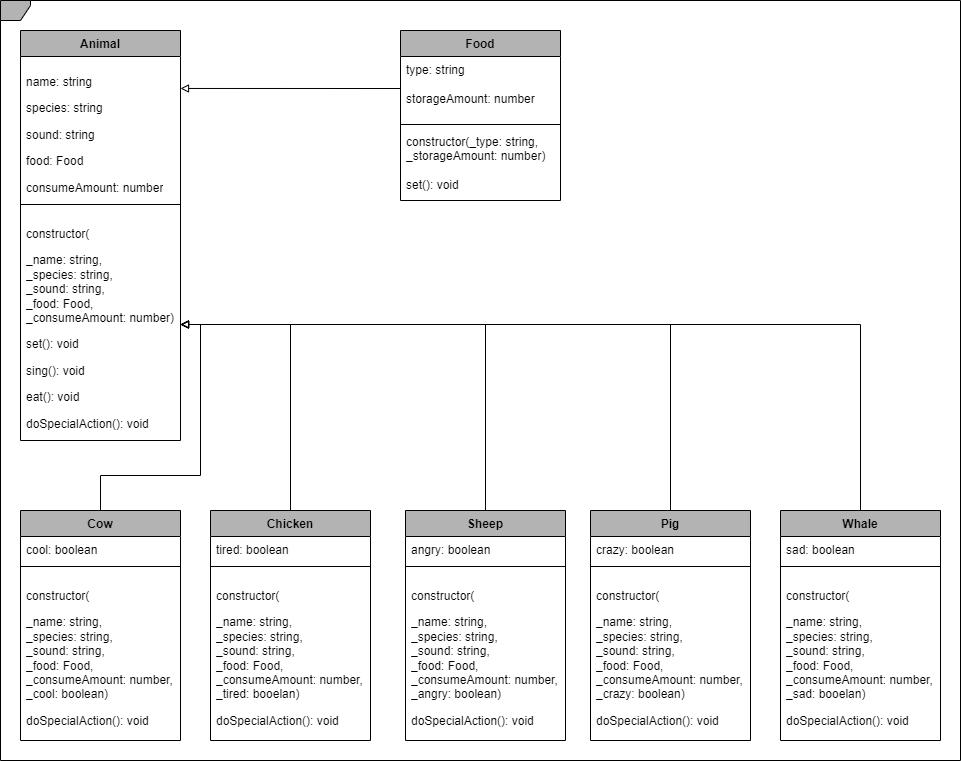
Above: AnimalFarm/Concept/AnimalClasses.drawio.png in JNiqua/Code-2 (draw.io), before the change. Source tidied: cells renumbered, new cells last; positions are measured from the earlier drawing's top-left corner, leaving out a move shared by most shapes.
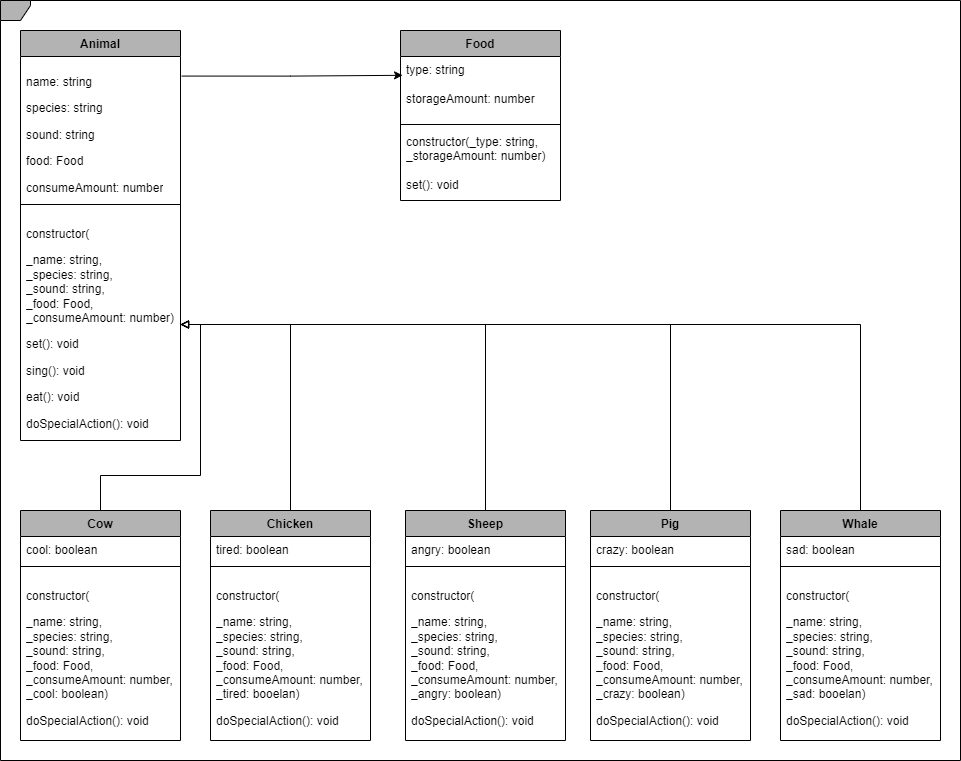
Above is the later version.

What changed in the source:
```diff
@@ -104,8 +104,8 @@
     <mxCell id="35" value="&lt;div&gt;&lt;span style=&quot;font-weight: normal; background-color: initial;&quot;&gt;constructor(&lt;/span&gt;&lt;span style=&quot;background-color: initial; font-weight: normal;&quot;&gt;_type: string, _storageAmount: number)&lt;/span&gt;&lt;/div&gt;&lt;div&gt;&lt;span style=&quot;font-weight: normal; background-color: initial;&quot;&gt;&lt;br&gt;&lt;/span&gt;&lt;/div&gt;&lt;div&gt;&lt;span style=&quot;font-weight: normal; background-color: initial;&quot;&gt;set(): void&lt;/span&gt;&lt;/div&gt;&lt;div&gt;&lt;span style=&quot;font-weight: normal; background-color: initial;&quot;&gt;&lt;br&gt;&lt;/span&gt;&lt;/div&gt;&lt;div&gt;&lt;span style=&quot;font-weight: normal; background-color: initial;&quot;&gt;&lt;br&gt;&lt;/span&gt;&lt;/div&gt;" style="text;strokeColor=none;fillColor=none;align=left;verticalAlign=top;spacingLeft=4;spacingRight=4;overflow=hidden;whiteSpace=wrap;html=1;fontFamily=Helvetica;fontSize=12;fontColor=#000000;fontStyle=1;" parent="32" vertex="1">
       <mxGeometry y="98" width="160" height="72" as="geometry" />
     </mxCell>
-    <mxCell id="36" style="edgeStyle=orthogonalEdgeStyle;shape=connector;rounded=0;jettySize=auto;html=1;exitX=0;exitY=0.5;exitDx=0;exitDy=0;entryX=1;entryY=0.222;entryDx=0;entryDy=0;entryPerimeter=0;strokeColor=#000000;align=center;verticalAlign=middle;fontFamily=Helvetica;fontSize=12;fontColor=#000000;fontStyle=1;labelBackgroundColor=default;endArrow=block;endFill=0;" parent="2" edge="1" source="33" target="4">
-      <mxGeometry relative="1" as="geometry" />
-    </mxCell>
+    <mxCell id="37" style="edgeStyle=orthogonalEdgeStyle;shape=connector;rounded=0;jettySize=auto;html=1;exitX=1.008;exitY=0.136;exitDx=0;exitDy=0;entryX=0.013;entryY=0.294;entryDx=0;entryDy=0;entryPerimeter=0;strokeColor=#000000;align=center;verticalAlign=middle;fontFamily=Helvetica;fontSize=12;fontColor=#000000;fontStyle=1;labelBackgroundColor=none;endArrow=classic;endFill=1;exitPerimeter=0;" parent="2" edge="1" source="4" target="33">
+      <mxGeometry relative="1" as="geometry" />
+    </mxCell>
   </root>
 </mxGraphModel>
```
